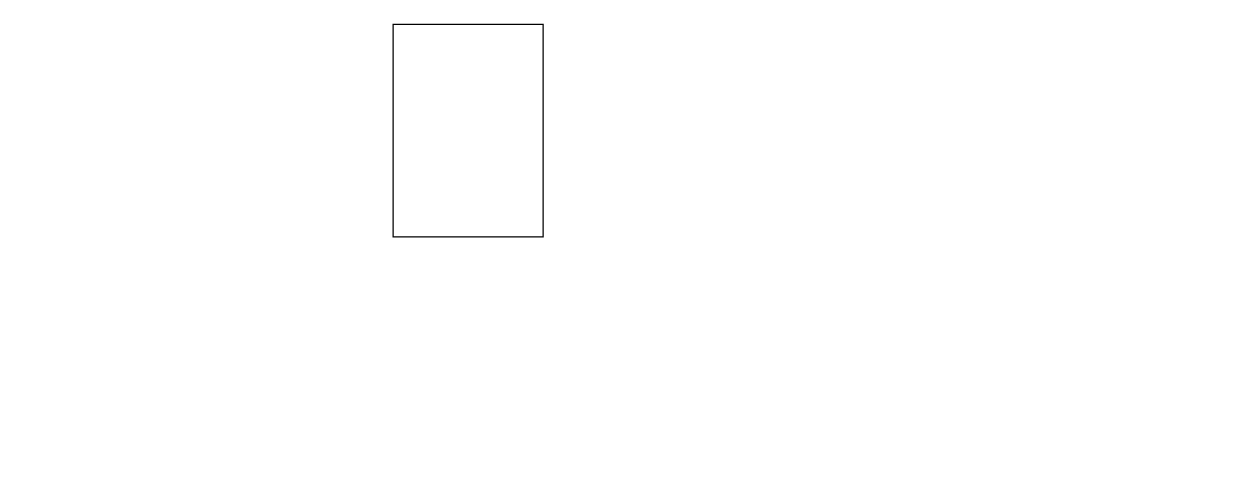
Before: page "ifu" (1 of 6) of nano.drawio in yedk/log_tree, a draw.io diagram. Source tidied: cells renumbered, new cells numbered last; positions are measured from the earlier drawing's top-left corner, leaving out a move shared by most shapes. Both pictures are drawn from the tidied source at 125%, with x=0, y=0 at pixel (392, 24).
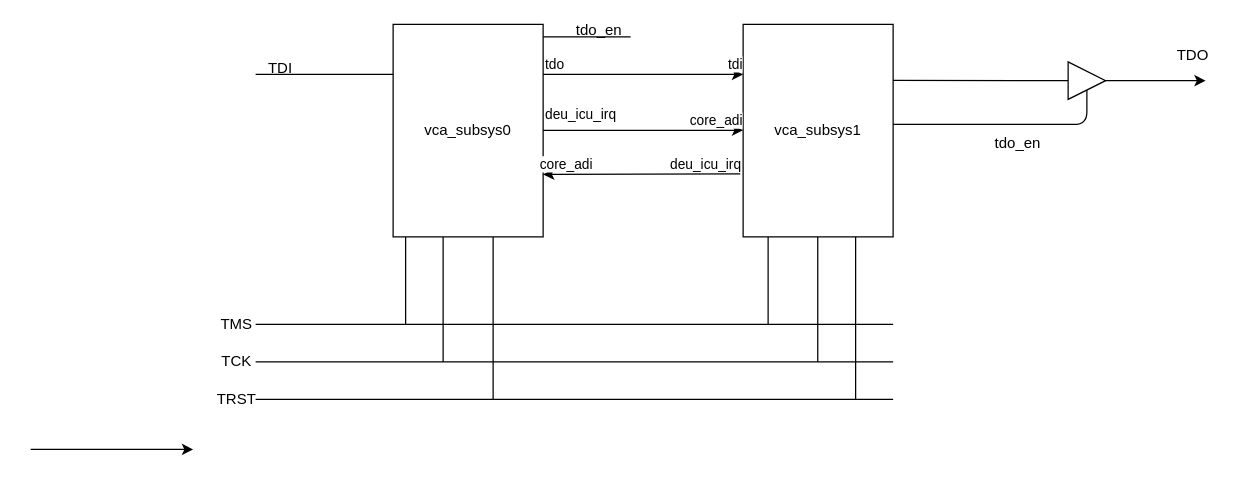
The same page after the edit.

What changed in the source:
```diff
@@
-    <mxCell id="2" style="rounded=0;whiteSpace=wrap;html=1;" parent="1" vertex="1">
+    <mxCell id="2" value="vca_subsys0" style="rounded=0;whiteSpace=wrap;html=1;" parent="1" vertex="1">
       <mxGeometry width="120" height="170" as="geometry" />
     </mxCell>
+    <mxCell id="3" value="vca_subsys1" style="rounded=0;whiteSpace=wrap;html=1;" parent="1" vertex="1">
+      <mxGeometry x="280" width="120" height="170" as="geometry" />
+    </mxCell>
+    <mxCell id="4" style="endArrow=classic;html=1;" parent="1" edge="1">
+      <mxGeometry relative="1" as="geometry">
+        <mxPoint x="-290" y="340" as="sourcePoint" />
+        <mxPoint x="-160" y="340" as="targetPoint" />
+      </mxGeometry>
+    </mxCell>
+    <mxCell id="5" style="endArrow=classic;html=1;" parent="1" edge="1">
+      <mxGeometry relative="1" as="geometry">
+        <mxPoint x="120" y="40" as="sourcePoint" />
+        <mxPoint x="280" y="40" as="targetPoint" />
+      </mxGeometry>
+    </mxCell>
+    <mxCell id="6" value="tdo" style="edgeLabel;html=1;align=left;verticalAlign=bottom;" parent="5" vertex="1">
+      <mxGeometry x="-1" relative="1" as="geometry" />
+    </mxCell>
+    <mxCell id="7" value="tdi" style="edgeLabel;html=1;align=right;verticalAlign=bottom;" parent="5" vertex="1">
+      <mxGeometry x="1" relative="1" as="geometry" />
+    </mxCell>
+    <mxCell id="8" style="endArrow=classic;html=1;" parent="1" edge="1">
+      <mxGeometry relative="1" as="geometry">
+        <mxPoint x="120" y="84.7" as="sourcePoint" />
+        <mxPoint x="280" y="84.7" as="targetPoint" />
+      </mxGeometry>
+    </mxCell>
+    <mxCell id="9" value="deu_icu_irq" style="edgeLabel;html=1;align=left;verticalAlign=bottom;" parent="8" vertex="1">
+      <mxGeometry x="-1" relative="1" as="geometry">
+        <mxPoint y="-5" as="offset" />
+      </mxGeometry>
+    </mxCell>
+    <mxCell id="10" value="core_adi" style="edgeLabel;html=1;align=right;verticalAlign=bottom;" parent="8" vertex="1">
+      <mxGeometry x="1" relative="1" as="geometry" />
+    </mxCell>
+    <mxCell id="11" style="endArrow=classic;html=1;exitX=-0.019;exitY=0.704;exitDx=0;exitDy=0;exitPerimeter=0;" parent="1" edge="1" source="3">
+      <mxGeometry relative="1" as="geometry">
+        <mxPoint x="120" y="120" as="targetPoint" />
+      </mxGeometry>
+    </mxCell>
+    <mxCell id="12" value="deu_icu_irq" style="edgeLabel;html=1;align=left;verticalAlign=bottom;" parent="11" vertex="1">
+      <mxGeometry x="-1" relative="1" as="geometry">
+        <mxPoint x="-58" as="offset" />
+      </mxGeometry>
+    </mxCell>
+    <mxCell id="13" value="core_adi" style="edgeLabel;html=1;align=right;verticalAlign=bottom;" parent="11" vertex="1">
+      <mxGeometry x="1" relative="1" as="geometry">
+        <mxPoint x="40" as="offset" />
+      </mxGeometry>
+    </mxCell>
+    <mxCell id="14" style="endArrow=none;html=1;" parent="1" edge="1">
+      <mxGeometry relative="1" as="geometry">
+        <mxPoint x="-110" y="240" as="sourcePoint" />
+        <mxPoint x="400" y="240" as="targetPoint" />
+      </mxGeometry>
+    </mxCell>
+    <mxCell id="15" style="endArrow=none;html=1;" parent="1" edge="1">
+      <mxGeometry relative="1" as="geometry">
+        <mxPoint x="10" y="240" as="sourcePoint" />
+        <mxPoint x="10" y="170" as="targetPoint" />
+      </mxGeometry>
+    </mxCell>
+    <mxCell id="16" style="endArrow=none;html=1;" parent="1" edge="1">
+      <mxGeometry relative="1" as="geometry">
+        <mxPoint x="300" y="240" as="sourcePoint" />
+        <mxPoint x="300" y="170" as="targetPoint" />
+      </mxGeometry>
+    </mxCell>
+    <mxCell id="17" style="endArrow=none;html=1;" parent="1" edge="1">
+      <mxGeometry relative="1" as="geometry">
+        <mxPoint x="80" y="300" as="sourcePoint" />
+        <mxPoint x="80" y="170" as="targetPoint" />
+      </mxGeometry>
+    </mxCell>
+    <mxCell id="18" value="TMS" style="text;html=1;strokeColor=none;fillColor=none;align=center;verticalAlign=middle;whiteSpace=wrap;rounded=0;" parent="1" vertex="1">
+      <mxGeometry x="-150" y="230" width="50" height="20" as="geometry" />
+    </mxCell>
+    <mxCell id="19" style="endArrow=none;html=1;" parent="1" edge="1">
+      <mxGeometry relative="1" as="geometry">
+        <mxPoint x="-110" y="270" as="sourcePoint" />
+        <mxPoint x="400" y="270" as="targetPoint" />
+      </mxGeometry>
+    </mxCell>
+    <mxCell id="20" style="endArrow=none;html=1;" parent="1" edge="1">
+      <mxGeometry relative="1" as="geometry">
+        <mxPoint x="-110" y="300" as="sourcePoint" />
+        <mxPoint x="400" y="300" as="targetPoint" />
+      </mxGeometry>
+    </mxCell>
+    <mxCell id="21" style="endArrow=none;html=1;" parent="1" edge="1">
+      <mxGeometry relative="1" as="geometry">
+        <mxPoint x="40" y="270" as="sourcePoint" />
+        <mxPoint x="40" y="170" as="targetPoint" />
+      </mxGeometry>
+    </mxCell>
+    <mxCell id="22" style="endArrow=none;html=1;" parent="1" edge="1">
+      <mxGeometry relative="1" as="geometry">
+        <mxPoint x="370" y="300" as="sourcePoint" />
+        <mxPoint x="370" y="170" as="targetPoint" />
+      </mxGeometry>
+    </mxCell>
+    <mxCell id="23" style="endArrow=none;html=1;" parent="1" edge="1">
+      <mxGeometry relative="1" as="geometry">
+        <mxPoint x="339.7" y="270" as="sourcePoint" />
+        <mxPoint x="339.7" y="170" as="targetPoint" />
+        <Array as="points">
+          <mxPoint x="339.7" y="220" />
+        </Array>
+      </mxGeometry>
+    </mxCell>
+    <mxCell id="24" value="TCK" style="text;html=1;strokeColor=none;fillColor=none;align=center;verticalAlign=middle;whiteSpace=wrap;rounded=0;" parent="1" vertex="1">
+      <mxGeometry x="-150" y="260" width="50" height="20" as="geometry" />
+    </mxCell>
+    <mxCell id="25" value="TRST" style="text;html=1;strokeColor=none;fillColor=none;align=center;verticalAlign=middle;whiteSpace=wrap;rounded=0;" parent="1" vertex="1">
+      <mxGeometry x="-150" y="290" width="50" height="20" as="geometry" />
+    </mxCell>
+    <mxCell id="26" style="endArrow=none;html=1;" parent="1" edge="1">
+      <mxGeometry relative="1" as="geometry">
+        <mxPoint x="-110" y="40" as="sourcePoint" />
+        <mxPoint y="40" as="targetPoint" />
+      </mxGeometry>
+    </mxCell>
+    <mxCell id="27" value="TDI" style="text;html=1;strokeColor=none;fillColor=none;align=center;verticalAlign=middle;whiteSpace=wrap;rounded=0;" parent="1" vertex="1">
+      <mxGeometry x="-120" y="20" width="60" height="30" as="geometry" />
+    </mxCell>
+    <mxCell id="28" style="endArrow=none;html=1;entryX=0;entryY=0.5;entryDx=0;entryDy=0;" parent="1" edge="1" target="31">
+      <mxGeometry relative="1" as="geometry">
+        <mxPoint x="400" y="44.8" as="sourcePoint" />
+      </mxGeometry>
+    </mxCell>
+    <mxCell id="29" value="TDO" style="text;html=1;strokeColor=none;fillColor=none;align=center;verticalAlign=middle;whiteSpace=wrap;rounded=0;" parent="1" vertex="1">
+      <mxGeometry x="610" y="10" width="60" height="30" as="geometry" />
+    </mxCell>
+    <mxCell id="30" style="edgeStyle=none;html=1;" parent="1" edge="1" source="31">
+      <mxGeometry relative="1" as="geometry">
+        <mxPoint x="650" y="45" as="targetPoint" />
+      </mxGeometry>
+    </mxCell>
+    <mxCell id="31" style="triangle;whiteSpace=wrap;html=1;" parent="1" vertex="1">
+      <mxGeometry x="540" y="30" width="30" height="30" as="geometry" />
+    </mxCell>
+    <mxCell id="32" style="endArrow=none;html=1;entryX=0.5;entryY=1;entryDx=0;entryDy=0;" parent="1" edge="1" target="31">
+      <mxGeometry relative="1" as="geometry">
+        <mxPoint x="400" y="80" as="sourcePoint" />
+        <Array as="points">
+          <mxPoint x="555" y="80" />
+        </Array>
+      </mxGeometry>
+    </mxCell>
+    <mxCell id="33" value="tdo_en" style="text;html=1;strokeColor=none;fillColor=none;align=center;verticalAlign=middle;whiteSpace=wrap;rounded=0;" parent="1" vertex="1">
+      <mxGeometry x="470" y="80" width="60" height="30" as="geometry" />
+    </mxCell>
+    <mxCell id="34" style="endArrow=none;html=1;" parent="1" edge="1">
+      <mxGeometry relative="1" as="geometry">
+        <mxPoint x="120" y="10" as="sourcePoint" />
+        <mxPoint x="190" y="10" as="targetPoint" />
+      </mxGeometry>
+    </mxCell>
+    <mxCell id="35" value="tdo_en" style="text;html=1;strokeColor=none;fillColor=none;align=center;verticalAlign=middle;whiteSpace=wrap;rounded=0;" parent="1" vertex="1">
+      <mxGeometry x="140" width="50" height="10" as="geometry" />
+    </mxCell>
```
